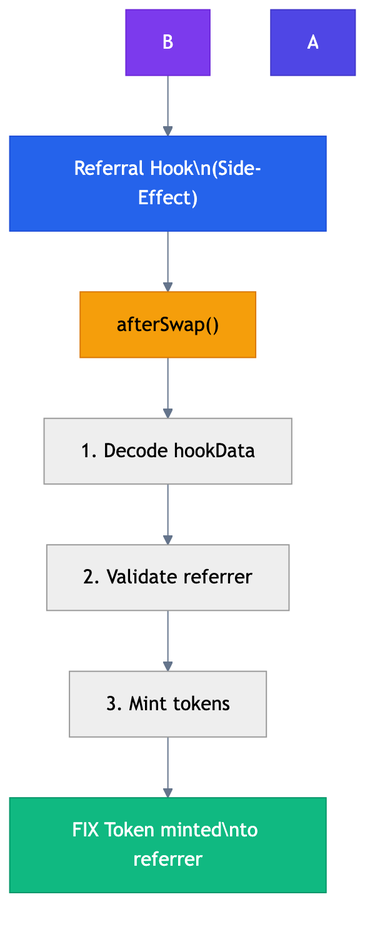
This is docs/diagrams/SYSTEM_DESIGN_1.png from guglxni/the-fixer-hook, a Mermaid export, as it was before one commit. Its source is kept beside it as docs/diagrams/SYSTEM_DESIGN_1.mmd. The source it was exported from:
```mermaid
%%{init: {'theme': 'neutral', 'themeVariables': { 'primaryColor': '#2563eb', 'primaryTextColor': '#1e293b', 'primaryBorderColor': '#3b82f6', 'lineColor': '#64748b', 'secondaryColor': '#f1f5f9', 'tertiaryColor': '#e2e8f0'}}}%%
flowchart TD
    B --> C[" Referral Hook\n(Side-Effect)"]
    C --> D["afterSwap()"]
    D --> D1["1. Decode hookData"]
    D1 --> D2["2. Validate referrer"]
    D2 --> D3["3. Mint tokens"]
    D3 --> E[" FIX Token minted\nto referrer"]
    style A fill:#4F46E5,color:#fff,stroke:#4338CA
    style B fill:#7C3AED,color:#fff,stroke:#6D28D9
    style C fill:#2563EB,color:#fff,stroke:#1D4ED8
    style D fill:#F59E0B,color:#000,stroke:#D97706
    style E fill:#10B981,color:#fff,stroke:#059669
```
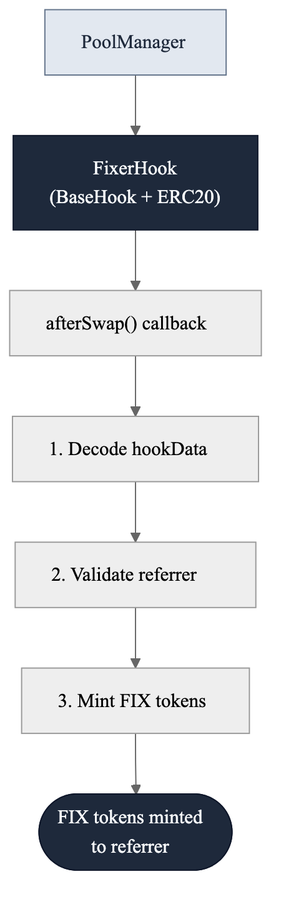
After the commit.

Diff of the diagram source:
```diff
@@ -1,13 +1,12 @@
-%%{init: {'theme': 'neutral', 'themeVariables': { 'primaryColor': '#2563eb', 'primaryTextColor': '#1e293b', 'primaryBorderColor': '#3b82f6', 'lineColor': '#64748b', 'secondaryColor': '#f1f5f9', 'tertiaryColor': '#e2e8f0'}}}%%
+%%{init: {'theme': 'neutral', 'themeVariables': {'fontFamily': 'Inter, system-ui, sans-serif'}}}%%
 flowchart TD
-    B --> C[" Referral Hook\n(Side-Effect)"]
-    C --> D["afterSwap()"]
-    D --> D1["1. Decode hookData"]
-    D1 --> D2["2. Validate referrer"]
-    D2 --> D3["3. Mint tokens"]
-    D3 --> E[" FIX Token minted\nto referrer"]
-    style A fill:#4F46E5,color:#fff,stroke:#4338CA
-    style B fill:#7C3AED,color:#fff,stroke:#6D28D9
-    style C fill:#2563EB,color:#fff,stroke:#1D4ED8
-    style D fill:#F59E0B,color:#000,stroke:#D97706
-    style E fill:#10B981,color:#fff,stroke:#059669
+    A["PoolManager"] --> B["FixerHook<br/>(BaseHook + ERC20)"]
+    B --> C["afterSwap() callback"]
+    C --> D["1. Decode hookData"]
+    D --> E["2. Validate referrer"]
+    E --> F["3. Mint FIX tokens"]
+    F --> G(["FIX tokens minted<br/>to referrer"])
+
+    style A fill:#e2e8f0,color:#1e293b,stroke:#64748b
+    style B fill:#1e293b,color:#f8fafc,stroke:#0f172a
+    style G fill:#1e293b,color:#f8fafc,stroke:#0f172a
```
